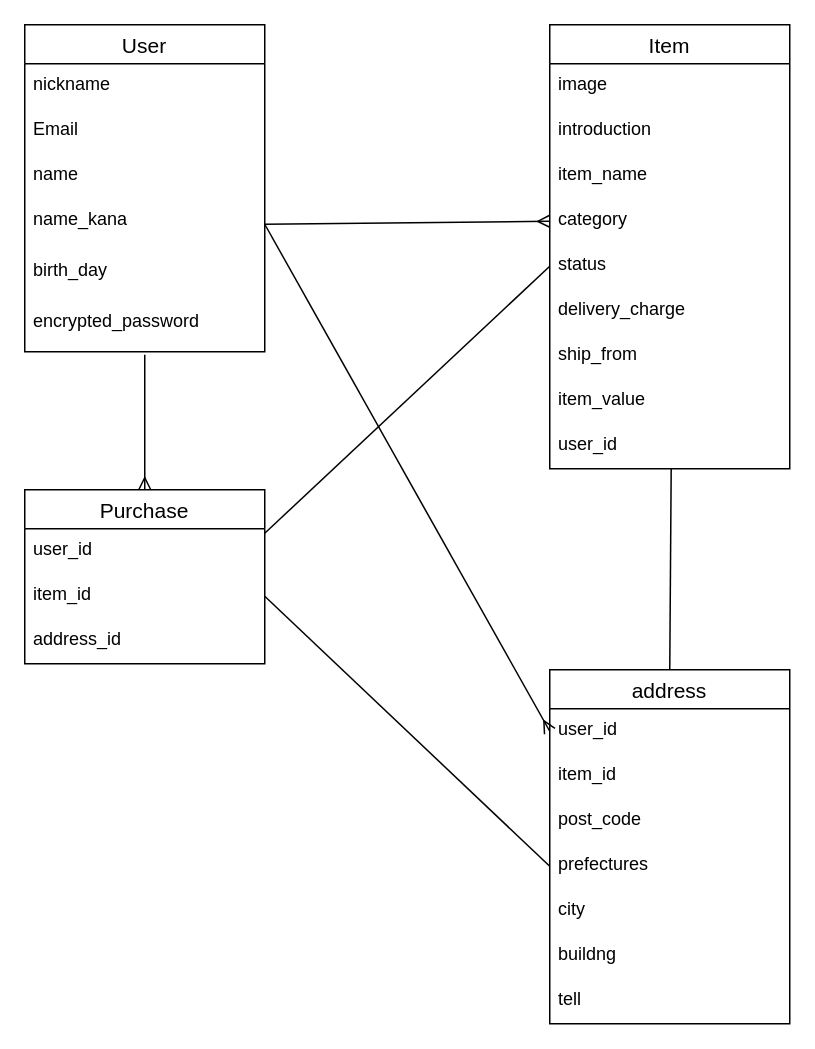
The draw.io diagram furimadb.drawio in IonIon917/furima-37218, before the edit. Source tidied: cells renumbered, new cells numbered last; positions are measured from the earlier drawing's top-left corner, leaving out a move shared by most shapes. Both pictures are drawn from the tidied source at 150%, with x=0, y=0 at pixel (24, 24).
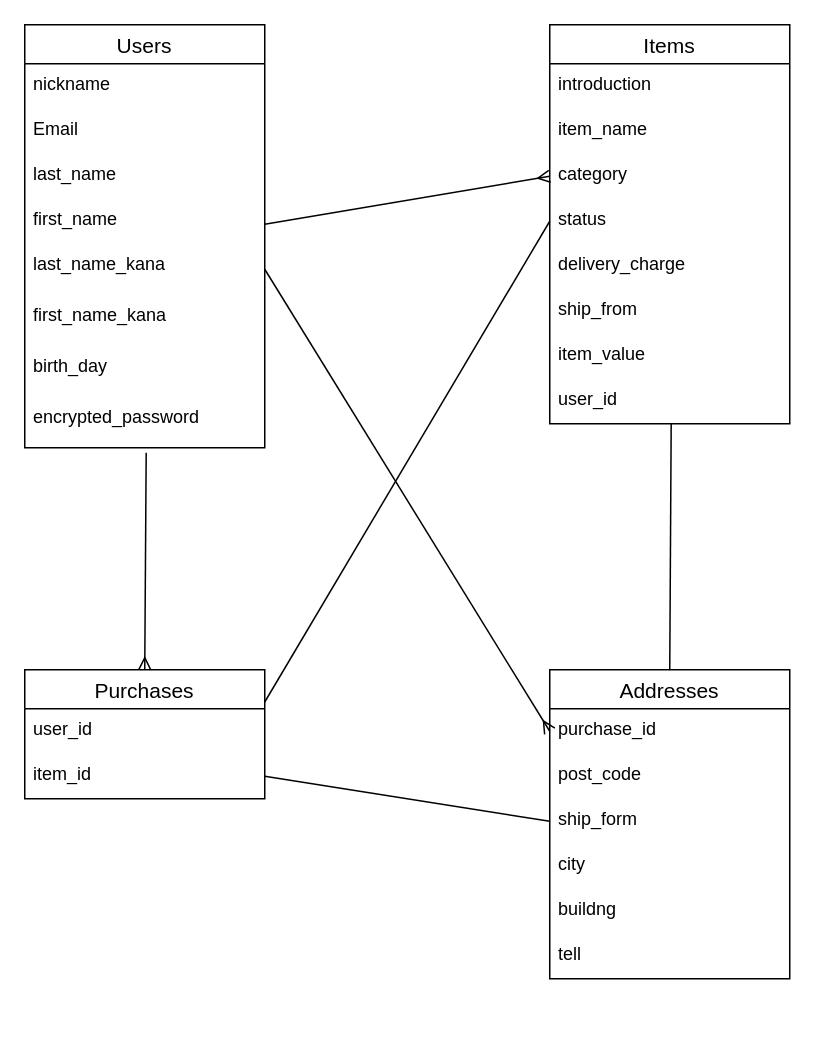
After the change.

Diff of the diagram source:
```diff
@@
-    <mxCell id="2" value="User" style="swimlane;fontStyle=0;horizontal=1;startSize=26;align=center;fontSize=14;" parent="1" vertex="1">
-      <mxGeometry width="160" height="218" as="geometry" />
+    <mxCell id="2" value="Users" style="swimlane;fontStyle=0;horizontal=1;startSize=26;align=center;fontSize=14;" parent="1" vertex="1">
+      <mxGeometry width="160" height="282" as="geometry" />
     </mxCell>
@@
-    <mxCell id="5" value="name" style="text;strokeColor=none;fillColor=none;spacingLeft=4;spacingRight=4;overflow=hidden;fontSize=12;" parent="2" vertex="1">
+    <mxCell id="5" value="last_name" style="text;strokeColor=none;fillColor=none;spacingLeft=4;spacingRight=4;overflow=hidden;fontSize=12;" parent="2" vertex="1">
       <mxGeometry y="86" width="160" height="30" as="geometry" />
     </mxCell>
+    <mxCell id="37" value="first_name" style="text;strokeColor=none;fillColor=none;spacingLeft=4;spacingRight=4;overflow=hidden;fontSize=12;" parent="2" vertex="1">
+      <mxGeometry y="116" width="160" height="30" as="geometry" />
+    </mxCell>
-    <mxCell id="6" value="name_kana" style="text;strokeColor=none;fillColor=none;spacingLeft=4;spacingRight=4;overflow=hidden;points=[[0,0.5],[1,0.5]];portConstraint=eastwest;fontSize=12;" parent="2" vertex="1">
-      <mxGeometry y="116" width="160" height="34" as="geometry" />
+    <mxCell id="6" value="last_name_kana" style="text;strokeColor=none;fillColor=none;spacingLeft=4;spacingRight=4;overflow=hidden;points=[[0,0.5],[1,0.5]];portConstraint=eastwest;fontSize=12;" parent="2" vertex="1">
+      <mxGeometry y="146" width="160" height="34" as="geometry" />
     </mxCell>
+    <mxCell id="38" value="first_name_kana" style="text;strokeColor=none;fillColor=none;spacingLeft=4;spacingRight=4;overflow=hidden;fontSize=12;" parent="2" vertex="1">
+      <mxGeometry y="180" width="160" height="34" as="geometry" />
+    </mxCell>
     <mxCell id="7" value="birth_day" style="text;strokeColor=none;fillColor=none;spacingLeft=4;spacingRight=4;overflow=hidden;fontSize=12;" parent="2" vertex="1">
-      <mxGeometry y="150" width="160" height="34" as="geometry" />
+      <mxGeometry y="214" width="160" height="34" as="geometry" />
     </mxCell>
     <mxCell id="8" value="encrypted_password" style="text;strokeColor=none;fillColor=none;spacingLeft=4;spacingRight=4;overflow=hidden;points=[[0,0.5],[1,0.5]];portConstraint=eastwest;fontSize=12;" parent="2" vertex="1">
-      <mxGeometry y="184" width="160" height="34" as="geometry" />
+      <mxGeometry y="248" width="160" height="34" as="geometry" />
     </mxCell>
-    <mxCell id="9" value="Item" style="swimlane;fontStyle=0;horizontal=1;startSize=26;align=center;fontSize=14;" parent="1" vertex="1">
-      <mxGeometry x="350" width="160" height="296" as="geometry" />
+    <mxCell id="9" value="Items" style="swimlane;fontStyle=0;horizontal=1;startSize=26;align=center;fontSize=14;" parent="1" vertex="1">
+      <mxGeometry x="350" width="160" height="266" as="geometry" />
     </mxCell>
-    <mxCell id="10" value="image" style="text;strokeColor=none;fillColor=none;spacingLeft=4;spacingRight=4;overflow=hidden;fontSize=12;" parent="9" vertex="1">
-      <mxGeometry y="26" width="160" height="30" as="geometry" />
-    </mxCell>
     <mxCell id="11" value="introduction" style="text;strokeColor=none;fillColor=none;spacingLeft=4;spacingRight=4;overflow=hidden;fontSize=12;" parent="9" vertex="1">
-      <mxGeometry y="56" width="160" height="30" as="geometry" />
+      <mxGeometry y="26" width="160" height="30" as="geometry" />
     </mxCell>
     <mxCell id="12" value="item_name" style="text;strokeColor=none;fillColor=none;spacingLeft=4;spacingRight=4;overflow=hidden;fontSize=12;" parent="9" vertex="1">
-      <mxGeometry y="86" width="160" height="30" as="geometry" />
+      <mxGeometry y="56" width="160" height="30" as="geometry" />
     </mxCell>
     <mxCell id="13" value="category" style="text;strokeColor=none;fillColor=none;spacingLeft=4;spacingRight=4;overflow=hidden;points=[[0,0.5],[1,0.5]];portConstraint=eastwest;fontSize=12;" parent="9" vertex="1">
-      <mxGeometry y="116" width="160" height="30" as="geometry" />
+      <mxGeometry y="86" width="160" height="30" as="geometry" />
     </mxCell>
     <mxCell id="14" value="status" style="text;strokeColor=none;fillColor=none;spacingLeft=4;spacingRight=4;overflow=hidden;points=[[0,0.5],[1,0.5]];portConstraint=eastwest;fontSize=12;" parent="9" vertex="1">
-      <mxGeometry y="146" width="160" height="30" as="geometry" />
+      <mxGeometry y="116" width="160" height="30" as="geometry" />
     </mxCell>
     <mxCell id="15" value="delivery_charge" style="text;strokeColor=none;fillColor=none;spacingLeft=4;spacingRight=4;overflow=hidden;fontSize=12;" parent="9" vertex="1">
-      <mxGeometry y="176" width="160" height="30" as="geometry" />
+      <mxGeometry y="146" width="160" height="30" as="geometry" />
     </mxCell>
     <mxCell id="16" value="ship_from" style="text;strokeColor=none;fillColor=none;spacingLeft=4;spacingRight=4;overflow=hidden;fontSize=12;" parent="9" vertex="1">
-      <mxGeometry y="206" width="160" height="30" as="geometry" />
+      <mxGeometry y="176" width="160" height="30" as="geometry" />
     </mxCell>
     <mxCell id="17" value="item_value" style="text;strokeColor=none;fillColor=none;spacingLeft=4;spacingRight=4;overflow=hidden;fontSize=12;" parent="9" vertex="1">
-      <mxGeometry y="236" width="160" height="30" as="geometry" />
+      <mxGeometry y="206" width="160" height="30" as="geometry" />
     </mxCell>
     <mxCell id="18" value="user_id" style="text;strokeColor=none;fillColor=none;spacingLeft=4;spacingRight=4;overflow=hidden;points=[[0,0.5],[1,0.5]];portConstraint=eastwest;fontSize=12;" parent="9" vertex="1">
-      <mxGeometry y="266" width="160" height="30" as="geometry" />
+      <mxGeometry y="236" width="160" height="30" as="geometry" />
     </mxCell>
@@
-    <mxCell id="20" style="edgeStyle=none;html=1;exitX=0.5;exitY=0;exitDx=0;exitDy=0;endArrow=none;endFill=0;strokeWidth=1;startArrow=ERmany;startFill=0;" parent="1" edge="1" source="22">
-      <mxGeometry relative="1" as="geometry">
-        <mxPoint x="80" y="220" as="targetPoint" />
-      </mxGeometry>
+    <mxCell id="20" style="edgeStyle=none;html=1;exitX=0.5;exitY=0;exitDx=0;exitDy=0;endArrow=none;endFill=0;strokeWidth=1;startArrow=ERmany;startFill=0;entryX=0.506;entryY=1.1;entryDx=0;entryDy=0;entryPerimeter=0;" parent="1" edge="1" source="22" target="8">
+      <mxGeometry relative="1" as="geometry" />
     </mxCell>
@@
-    <mxCell id="22" value="Purchase" style="swimlane;fontStyle=0;horizontal=1;startSize=26;align=center;fontSize=14;" parent="1" vertex="1">
-      <mxGeometry y="310" width="160" height="116" as="geometry" />
+    <mxCell id="22" value="Purchases" style="swimlane;fontStyle=0;horizontal=1;startSize=26;align=center;fontSize=14;" parent="1" vertex="1">
+      <mxGeometry y="430" width="160" height="86" as="geometry" />
     </mxCell>
@@
-    <mxCell id="25" value="address_id" style="text;strokeColor=none;fillColor=none;spacingLeft=4;spacingRight=4;overflow=hidden;fontSize=12;" parent="22" vertex="1">
-      <mxGeometry y="86" width="160" height="30" as="geometry" />
-    </mxCell>
@@
-    <mxCell id="27" value="address" style="swimlane;fontStyle=0;horizontal=1;startSize=26;align=center;fontSize=14;" parent="1" vertex="1">
-      <mxGeometry x="350" y="430" width="160" height="236" as="geometry" />
+    <mxCell id="27" value="Addresses" style="swimlane;fontStyle=0;horizontal=1;startSize=26;align=center;fontSize=14;" parent="1" vertex="1">
+      <mxGeometry x="350" y="430" width="160" height="206" as="geometry" />
     </mxCell>
-    <mxCell id="28" value="user_id" style="text;strokeColor=none;fillColor=none;spacingLeft=4;spacingRight=4;overflow=hidden;points=[[0,0.5],[1,0.5]];portConstraint=eastwest;fontSize=12;" parent="27" vertex="1">
-      <mxGeometry y="26" width="160" height="30" as="geometry" />
-    </mxCell>
-    <mxCell id="29" value="item_id" style="text;strokeColor=none;fillColor=none;spacingLeft=4;spacingRight=4;overflow=hidden;fontSize=12;" parent="27" vertex="1">
-      <mxGeometry y="56" width="160" height="30" as="geometry" />
+    <mxCell id="29" value="purchase_id" style="text;strokeColor=none;fillColor=none;spacingLeft=4;spacingRight=4;overflow=hidden;fontSize=12;" parent="27" vertex="1">
+      <mxGeometry y="26" width="160" height="30" as="geometry" />
     </mxCell>
     <mxCell id="30" value="post_code" style="text;strokeColor=none;fillColor=none;spacingLeft=4;spacingRight=4;overflow=hidden;fontSize=12;" parent="27" vertex="1">
-      <mxGeometry y="86" width="160" height="30" as="geometry" />
+      <mxGeometry y="56" width="160" height="30" as="geometry" />
     </mxCell>
-    <mxCell id="31" value="prefectures" style="text;strokeColor=none;fillColor=none;spacingLeft=4;spacingRight=4;overflow=hidden;points=[[0,0.5],[1,0.5]];portConstraint=eastwest;fontSize=12;" parent="27" vertex="1">
-      <mxGeometry y="116" width="160" height="30" as="geometry" />
+    <mxCell id="31" value="ship_form" style="text;strokeColor=none;fillColor=none;spacingLeft=4;spacingRight=4;overflow=hidden;points=[[0,0.5],[1,0.5]];portConstraint=eastwest;fontSize=12;" parent="27" vertex="1">
+      <mxGeometry y="86" width="160" height="30" as="geometry" />
     </mxCell>
     <mxCell id="32" value="city" style="text;strokeColor=none;fillColor=none;spacingLeft=4;spacingRight=4;overflow=hidden;fontSize=12;" parent="27" vertex="1">
-      <mxGeometry y="146" width="160" height="30" as="geometry" />
+      <mxGeometry y="116" width="160" height="30" as="geometry" />
     </mxCell>
     <mxCell id="33" value="buildng" style="text;strokeColor=none;fillColor=none;spacingLeft=4;spacingRight=4;overflow=hidden;fontSize=12;" parent="27" vertex="1">
-      <mxGeometry y="176" width="160" height="30" as="geometry" />
+      <mxGeometry y="146" width="160" height="30" as="geometry" />
     </mxCell>
     <mxCell id="34" value="tell" style="text;strokeColor=none;fillColor=none;spacingLeft=4;spacingRight=4;overflow=hidden;fontSize=12;" parent="27" vertex="1">
-      <mxGeometry y="206" width="160" height="30" as="geometry" />
+      <mxGeometry y="176" width="160" height="30" as="geometry" />
     </mxCell>
@@
-    <mxCell id="36" style="edgeStyle=none;html=1;exitX=1;exitY=0.5;exitDx=0;exitDy=0;entryX=0;entryY=0.5;entryDx=0;entryDy=0;endArrow=ERmany;endFill=0;" parent="1" edge="1" source="6" target="28">
-      <mxGeometry relative="1" as="geometry" />
+    <mxCell id="36" style="edgeStyle=none;html=1;exitX=1;exitY=0.5;exitDx=0;exitDy=0;entryX=0;entryY=0.5;entryDx=0;entryDy=0;endArrow=ERmany;endFill=0;" parent="1" edge="1" source="6">
+      <mxGeometry relative="1" as="geometry">
+        <mxPoint x="350" y="471" as="targetPoint" />
+      </mxGeometry>
     </mxCell>
```
